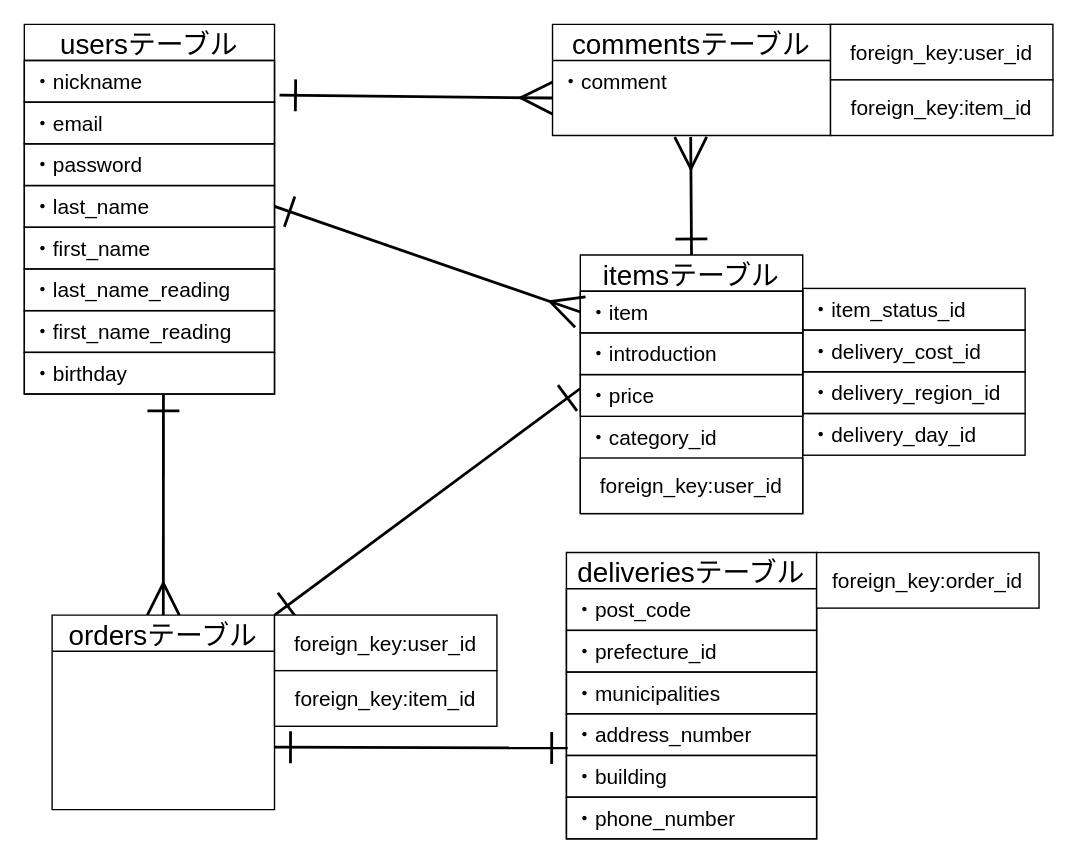
The draw.io diagram furima.dio in suzuka1621/furima-38672, before the edit. Source tidied: cells renumbered, new cells numbered last; positions are measured from the earlier drawing's top-left corner, leaving out a move shared by most shapes. Both pictures are drawn from the tidied source at 139%, with x=0, y=0 at pixel (24, 24).
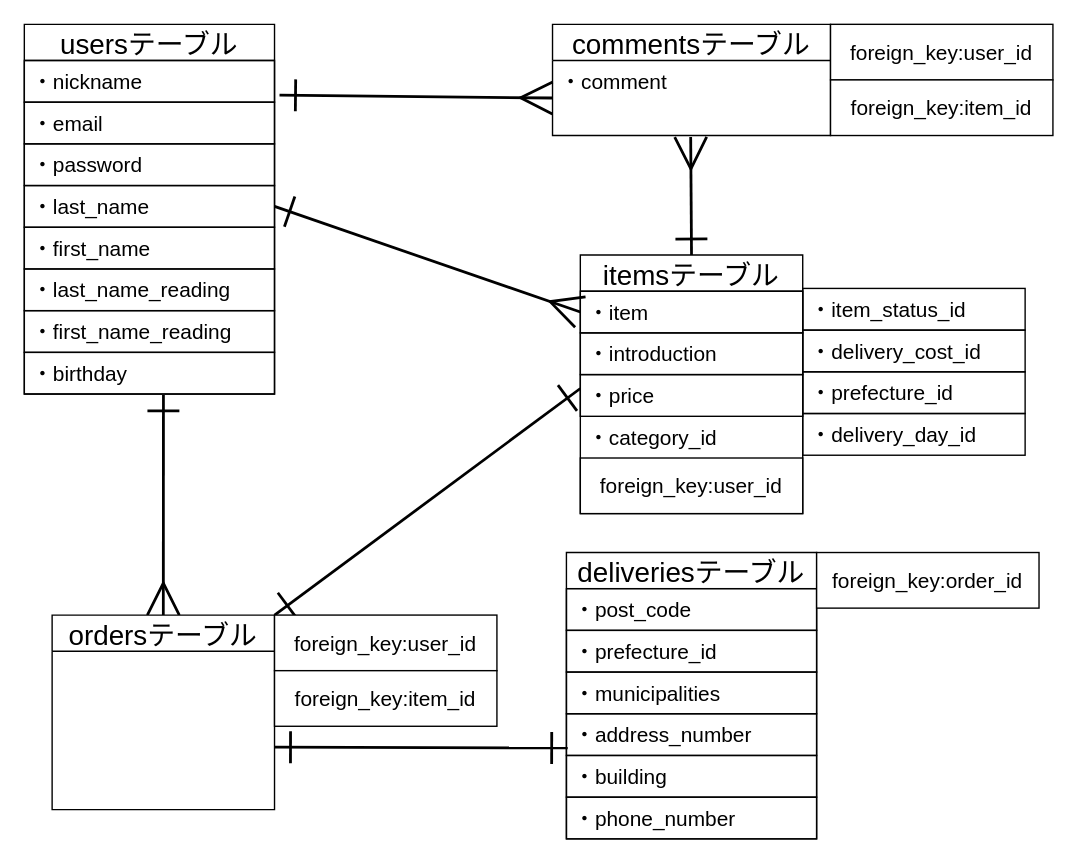
Above is the later version.

Commit message (it also covers changes not shown here):
DB設計コード再修正(3回目)

What changed in the source:
```diff
@@
-    <mxCell id="40" value="・delivery_region_id" style="text;strokeColor=default;fillColor=none;spacingLeft=4;spacingRight=4;overflow=hidden;fontSize=15;" parent="1" vertex="1">
+    <mxCell id="40" value="・prefecture_id" style="text;strokeColor=default;fillColor=none;spacingLeft=4;spacingRight=4;overflow=hidden;fontSize=15;" parent="1" vertex="1">
       <mxGeometry x="560" y="250" width="160" height="30" as="geometry" />
     </mxCell>
```
